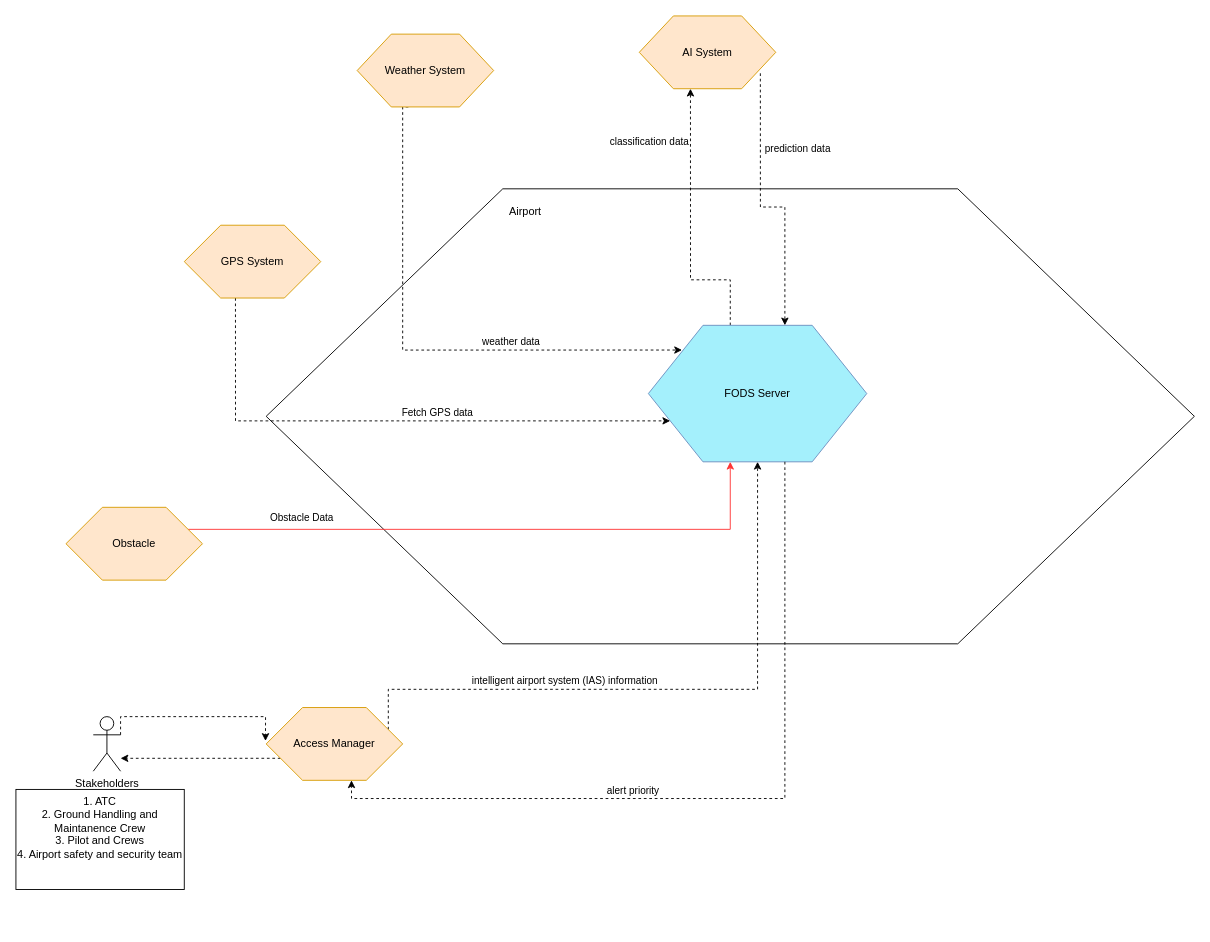
The draw.io diagram env.drawio in varuneranki/MBSE, before the edit. Source tidied: cells renumbered, new cells numbered last; positions are measured from the earlier drawing's top-left corner, leaving out a move shared by most shapes. Both pictures are drawn from the tidied source at 91%, with x=0, y=0 at pixel (15, 15).
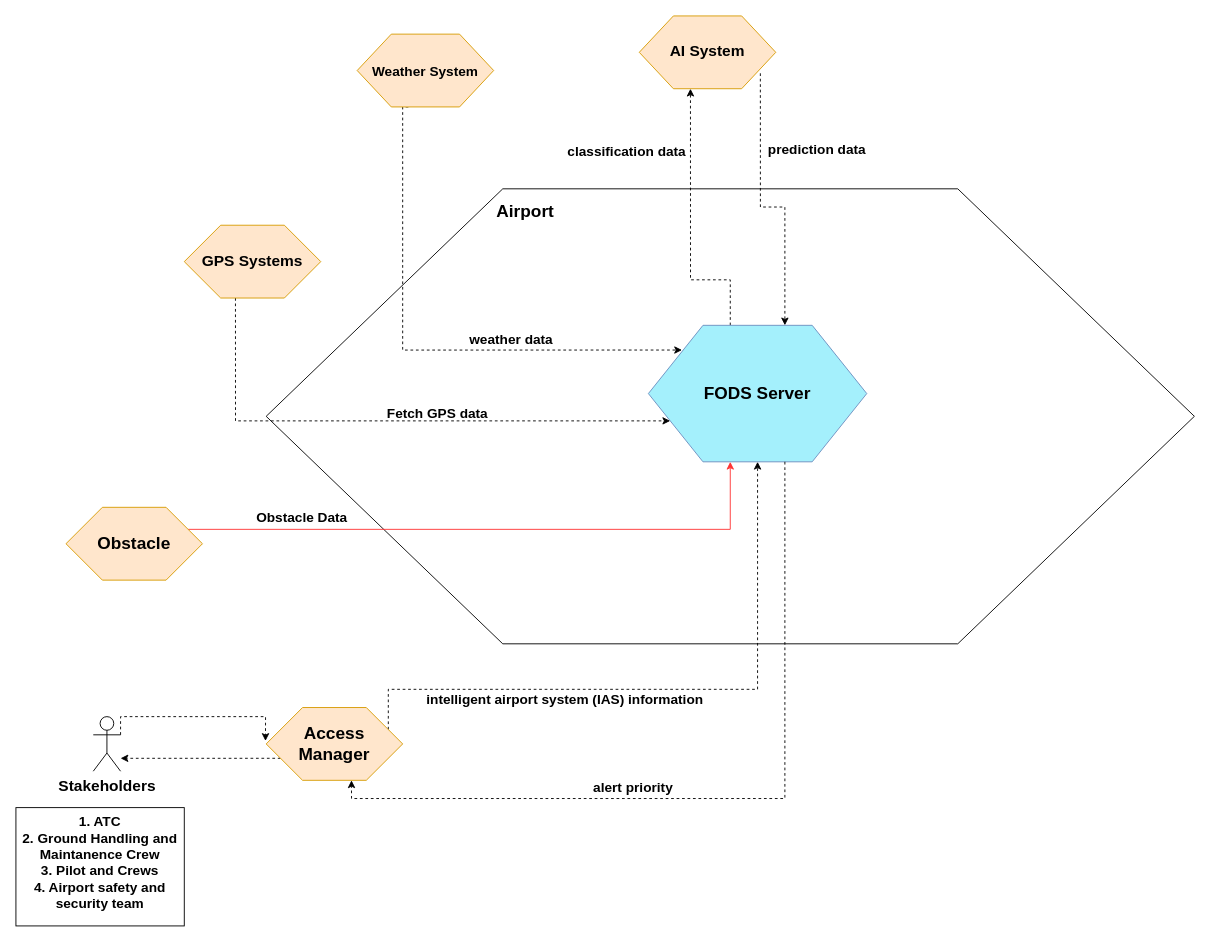
After the change.

Unchanged cells that the change refers to:
```xml
<mxCell id="3" style="edgeStyle=orthogonalEdgeStyle;rounded=0;jettySize=auto;html=1;exitX=0.375;exitY=0;exitDx=0;exitDy=0;entryX=0.375;entryY=1;entryDx=0;entryDy=0;dashed=1;" parent="1" edge="1" source="5" target="19">
  <mxGeometry relative="1" as="geometry">
    <Array as="points">
      <mxPoint x="785" y="290" />
      <mxPoint x="741" y="290" />
    </Array>
  </mxGeometry>
</mxCell>
<mxCell id="7" style="edgeStyle=orthogonalEdgeStyle;rounded=0;jettySize=auto;html=1;entryX=0.625;entryY=1;entryDx=0;entryDy=0;dashed=1;exitX=0.625;exitY=1;exitDx=0;exitDy=0;" parent="1" edge="1" source="5" target="18">
  <mxGeometry relative="1" as="geometry" />
</mxCell>
<mxCell id="9" style="edgeStyle=orthogonalEdgeStyle;rounded=0;jettySize=auto;html=1;exitX=0.375;exitY=1;exitDx=0;exitDy=0;entryX=0;entryY=0.75;entryDx=0;entryDy=0;strokeColor=#000000;dashed=1;fontColor=#000000;" parent="1" edge="1" source="11" target="5">
  <mxGeometry relative="1" as="geometry">
    <Array as="points">
      <mxPoint x="241" y="445" />
    </Array>
  </mxGeometry>
</mxCell>
<mxCell id="12" style="edgeStyle=orthogonalEdgeStyle;rounded=0;jettySize=auto;html=1;dashed=1;exitX=0.375;exitY=1;exitDx=0;exitDy=0;entryX=0.154;entryY=0.181;entryDx=0;entryDy=0;entryPerimeter=0;fontColor=#000000;" parent="1" edge="1" source="14" target="5">
  <mxGeometry relative="1" as="geometry">
    <Array as="points">
      <mxPoint x="425" y="100" />
      <mxPoint x="425" y="367" />
    </Array>
  </mxGeometry>
</mxCell>
<mxCell id="15" style="edgeStyle=orthogonalEdgeStyle;rounded=0;jettySize=auto;html=1;exitX=1;exitY=0.25;exitDx=0;exitDy=0;entryX=0.5;entryY=1;entryDx=0;entryDy=0;dashed=1;" parent="1" edge="1" source="18" target="5">
  <mxGeometry relative="1" as="geometry">
    <Array as="points">
      <mxPoint x="409" y="740" />
      <mxPoint x="815" y="740" />
    </Array>
  </mxGeometry>
</mxCell>
<mxCell id="20" style="edgeStyle=orthogonalEdgeStyle;rounded=0;jettySize=auto;html=1;exitX=0.887;exitY=0.788;exitDx=0;exitDy=0;entryX=0.625;entryY=0;entryDx=0;entryDy=0;dashed=1;startArrow=none;startFill=0;exitPerimeter=0;" parent="1" edge="1" source="19" target="5">
  <mxGeometry relative="1" as="geometry">
    <Array as="points">
      <mxPoint x="818" y="210" />
      <mxPoint x="845" y="210" />
    </Array>
  </mxGeometry>
</mxCell>
<mxCell id="24" style="edgeStyle=orthogonalEdgeStyle;rounded=0;jettySize=auto;html=1;exitX=1;exitY=0.25;exitDx=0;exitDy=0;entryX=0.375;entryY=1;entryDx=0;entryDy=0;strokeColor=#FF3333;" parent="1" edge="1" source="26" target="5">
  <mxGeometry relative="1" as="geometry" />
</mxCell>
```

Diff of the diagram source:
```diff
@@
-    <mxCell id="4" value="classification data" style="edgeLabel;html=1;align=center;verticalAlign=middle;" parent="3" vertex="1">
+    <mxCell id="4" value="classification data" style="edgeLabel;html=1;align=center;verticalAlign=middle;fontStyle=1;fontSize=15;" parent="3" vertex="1">
       <mxGeometry x="0.55" y="-2" relative="1" as="geometry">
-        <mxPoint x="-48" y="-11" as="offset" />
+        <mxPoint x="-73" y="-1" as="offset" />
       </mxGeometry>
     </mxCell>
-    <mxCell id="5" value="FODS Server" style="shape=hexagon;perimeter=hexagonPerimeter2;whiteSpace=wrap;html=1;size=0.25;fillColor=#A4F0FC;strokeColor=#6c8ebf;fontColor=#000000;" parent="1" vertex="1">
+    <mxCell id="5" value="FODS Server" style="shape=hexagon;perimeter=hexagonPerimeter2;whiteSpace=wrap;html=1;size=0.25;fillColor=#A4F0FC;strokeColor=#6c8ebf;fontColor=#000000;fontStyle=1;fontSize=19;" parent="1" vertex="1">
       <mxGeometry x="695" y="340" width="240" height="150" as="geometry" />
     </mxCell>
-    <mxCell id="6" value="Airport" style="text;html=1;align=center;verticalAlign=middle;whiteSpace=wrap;rounded=0;fontColor=#000000;" parent="1" vertex="1">
+    <mxCell id="6" value="Airport" style="text;html=1;align=center;verticalAlign=middle;whiteSpace=wrap;rounded=0;fontColor=#000000;fontStyle=1;fontSize=19;" parent="1" vertex="1">
       <mxGeometry x="445" y="200" width="230" height="30" as="geometry" />
     </mxCell>
@@
-    <mxCell id="8" value="alert priority" style="edgeLabel;html=1;align=center;verticalAlign=middle;" parent="7" vertex="1">
+    <mxCell id="8" value="alert priority" style="edgeLabel;html=1;align=center;verticalAlign=middle;fontStyle=1;fontSize=15;" parent="7" vertex="1">
       <mxGeometry x="0.14" y="3" relative="1" as="geometry">
-        <mxPoint x="-44" y="-13" as="offset" />
+        <mxPoint x="-44" y="-17" as="offset" />
       </mxGeometry>
     </mxCell>
@@
-    <mxCell id="10" value="Fetch GPS&lt;span style=&quot;background-color: initial;&quot;&gt;&amp;nbsp;data&lt;/span&gt;" style="edgeLabel;html=1;align=center;verticalAlign=middle;labelBackgroundColor=none;fontColor=#000000;" parent="9" vertex="1">
+    <mxCell id="10" value="Fetch GPS&lt;span style=&quot;background-color: initial; font-size: 15px;&quot;&gt;&amp;nbsp;data&lt;/span&gt;" style="edgeLabel;html=1;align=center;verticalAlign=middle;labelBackgroundColor=none;fontColor=#000000;fontStyle=1;fontSize=15;" parent="9" vertex="1">
       <mxGeometry x="-0.11" y="2" relative="1" as="geometry">
         <mxPoint x="83" y="-8" as="offset" />
       </mxGeometry>
     </mxCell>
-    <mxCell id="11" value="GPS System" style="shape=hexagon;perimeter=hexagonPerimeter2;whiteSpace=wrap;html=1;size=0.26666666666666666;fillColor=#ffe6cc;strokeColor=#d79b00;fontColor=#000000;" parent="1" vertex="1">
+    <mxCell id="11" value="&lt;font style=&quot;font-size: 17px;&quot;&gt;GPS Systems&lt;/font&gt;" style="shape=hexagon;perimeter=hexagonPerimeter2;whiteSpace=wrap;html=1;size=0.26666666666666666;fillColor=#ffe6cc;strokeColor=#d79b00;fontColor=#000000;fontStyle=1;" parent="1" vertex="1">
       <mxGeometry x="185" y="230" width="150" height="80" as="geometry" />
     </mxCell>
@@
-    <mxCell id="13" value="weather data" style="edgeLabel;html=1;align=center;verticalAlign=middle;fontColor=#000000;" parent="12" vertex="1">
+    <mxCell id="13" value="weather data" style="edgeLabel;html=1;align=center;verticalAlign=middle;fontColor=#000000;fontStyle=1;fontSize=15;" parent="12" vertex="1">
       <mxGeometry x="0.09" relative="1" as="geometry">
-        <mxPoint x="76" y="-10" as="offset" />
+        <mxPoint x="76" y="-13" as="offset" />
       </mxGeometry>
     </mxCell>
-    <mxCell id="14" value="Weather System" style="shape=hexagon;perimeter=hexagonPerimeter2;whiteSpace=wrap;html=1;size=0.25;fillColor=#ffe6cc;strokeColor=#d79b00;fontColor=#000000;" parent="1" vertex="1">
+    <mxCell id="14" value="&lt;b&gt;&lt;font style=&quot;font-size: 15px;&quot;&gt;Weather System&lt;/font&gt;&lt;/b&gt;" style="shape=hexagon;perimeter=hexagonPerimeter2;whiteSpace=wrap;html=1;size=0.25;fillColor=#ffe6cc;strokeColor=#d79b00;fontColor=#000000;" parent="1" vertex="1">
       <mxGeometry x="375" y="20" width="150" height="80" as="geometry" />
     </mxCell>
@@
-    <mxCell id="16" value="&lt;span style=&quot;color: rgb(0, 0, 0); font-family: Helvetica; font-size: 11px; font-style: normal; font-variant-ligatures: normal; font-variant-caps: normal; font-weight: 400; letter-spacing: normal; orphans: 2; text-align: center; text-indent: 0px; text-transform: none; widows: 2; word-spacing: 0px; -webkit-text-stroke-width: 0px; white-space: nowrap; background-color: rgb(255, 255, 255); text-decoration-thickness: initial; text-decoration-style: initial; text-decoration-color: initial; display: inline !important; float: none;&quot;&gt;intelligent airport system (IAS) information&lt;/span&gt;" style="edgeLabel;html=1;align=center;verticalAlign=middle;" parent="15" vertex="1">
+    <mxCell id="16" value="&lt;span style=&quot;color: rgb(0, 0, 0); font-family: Helvetica; font-size: 15px; font-style: normal; font-variant-ligatures: normal; font-variant-caps: normal; letter-spacing: normal; orphans: 2; text-align: center; text-indent: 0px; text-transform: none; widows: 2; word-spacing: 0px; -webkit-text-stroke-width: 0px; white-space: nowrap; background-color: rgb(255, 255, 255); text-decoration-thickness: initial; text-decoration-style: initial; text-decoration-color: initial; float: none; display: inline !important;&quot;&gt;intelligent airport system (IAS) information&lt;/span&gt;" style="edgeLabel;html=1;align=center;verticalAlign=middle;fontStyle=1;fontSize=15;" parent="15" vertex="1">
       <mxGeometry x="-0.3" relative="1" as="geometry">
-        <mxPoint x="-7" y="-10" as="offset" />
+        <mxPoint x="-7" y="10" as="offset" />
       </mxGeometry>
     </mxCell>
@@
-    <mxCell id="18" value="Access Manager" style="shape=hexagon;perimeter=hexagonPerimeter2;whiteSpace=wrap;html=1;size=0.26666666666666666;fillColor=#ffe6cc;strokeColor=#d79b00;fontColor=#000000;" parent="1" vertex="1">
+    <mxCell id="18" value="Access Manager" style="shape=hexagon;perimeter=hexagonPerimeter2;whiteSpace=wrap;html=1;size=0.26666666666666666;fillColor=#ffe6cc;strokeColor=#d79b00;fontColor=#000000;fontStyle=1;fontSize=19;" parent="1" vertex="1">
       <mxGeometry x="275" y="760" width="150" height="80" as="geometry" />
     </mxCell>
-    <mxCell id="19" value="AI System" style="shape=hexagon;perimeter=hexagonPerimeter2;whiteSpace=wrap;html=1;size=0.25;fillColor=#ffe6cc;strokeColor=#d79b00;fontColor=#000000;" parent="1" vertex="1">
+    <mxCell id="19" value="&lt;b&gt;&lt;font style=&quot;font-size: 17px;&quot;&gt;AI System&lt;/font&gt;&lt;/b&gt;" style="shape=hexagon;perimeter=hexagonPerimeter2;whiteSpace=wrap;html=1;size=0.25;fillColor=#ffe6cc;strokeColor=#d79b00;fontColor=#000000;" parent="1" vertex="1">
       <mxGeometry x="685" width="150" height="80" as="geometry" />
     </mxCell>
@@
-    <mxCell id="21" value="prediction data" style="edgeLabel;html=1;align=center;verticalAlign=middle;" parent="20" vertex="1">
+    <mxCell id="21" value="prediction data" style="edgeLabel;html=1;align=center;verticalAlign=middle;fontStyle=1;fontSize=15;" parent="20" vertex="1">
       <mxGeometry x="-0.42" y="-2" relative="1" as="geometry">
-        <mxPoint x="42" y="-6" as="offset" />
+        <mxPoint x="63" y="-6" as="offset" />
       </mxGeometry>
     </mxCell>
-    <mxCell id="22" value="Stakeholders" style="shape=umlActor;verticalLabelPosition=bottom;verticalAlign=top;html=1;outlineConnect=0;" parent="1" vertex="1">
+    <mxCell id="22" value="&lt;b&gt;&lt;font style=&quot;font-size: 17px;&quot;&gt;Stakeholders&lt;/font&gt;&lt;/b&gt;" style="shape=umlActor;verticalLabelPosition=bottom;verticalAlign=top;html=1;outlineConnect=0;" parent="1" vertex="1">
       <mxGeometry x="85" y="770" width="30" height="60" as="geometry" />
     </mxCell>
@@
-    <mxCell id="25" value="Obstacle Data" style="edgeLabel;html=1;align=center;verticalAlign=middle;" parent="24" vertex="1">
+    <mxCell id="25" value="Obstacle Data" style="edgeLabel;html=1;align=center;verticalAlign=middle;fontStyle=1;fontSize=15;" parent="24" vertex="1">
       <mxGeometry x="-0.68" y="5" relative="1" as="geometry">
         <mxPoint x="17" y="-9" as="offset" />
       </mxGeometry>
     </mxCell>
-    <mxCell id="26" value="Obstacle" style="shape=hexagon;perimeter=hexagonPerimeter2;whiteSpace=wrap;html=1;size=0.26666666666666666;fillColor=#ffe6cc;strokeColor=#d79b00;fontColor=#000000;" parent="1" vertex="1">
+    <mxCell id="26" value="Obstacle" style="shape=hexagon;perimeter=hexagonPerimeter2;whiteSpace=wrap;html=1;size=0.26666666666666666;fillColor=#ffe6cc;strokeColor=#d79b00;fontColor=#000000;fontStyle=1;fontSize=19;" parent="1" vertex="1">
       <mxGeometry x="55" y="540" width="150" height="80" as="geometry" />
     </mxCell>
-    <mxCell id="27" value="1. ATC&lt;div&gt;2.&amp;nbsp;&lt;span style=&quot;background-color: initial;&quot;&gt;Ground Handling and Maintanence Crew&lt;/span&gt;&lt;/div&gt;&lt;div&gt;&lt;span style=&quot;background-color: initial;&quot;&gt;3. Pilot and Crews&lt;/span&gt;&lt;/div&gt;&lt;div&gt;&lt;span style=&quot;background-color: initial;&quot;&gt;4. Airport safety and security team&lt;/span&gt;&lt;/div&gt;" style="whiteSpace=wrap;html=1;verticalAlign=top;" parent="1" vertex="1">
-      <mxGeometry y="850" width="185" height="110" as="geometry" />
+    <mxCell id="27" value="1. ATC&lt;div style=&quot;font-size: 15px;&quot;&gt;2.&amp;nbsp;&lt;span style=&quot;background-color: initial; font-size: 15px;&quot;&gt;Ground Handling and Maintanence Crew&lt;/span&gt;&lt;/div&gt;&lt;div style=&quot;font-size: 15px;&quot;&gt;&lt;span style=&quot;background-color: initial; font-size: 15px;&quot;&gt;3. Pilot and Crews&lt;/span&gt;&lt;/div&gt;&lt;div style=&quot;font-size: 15px;&quot;&gt;&lt;span style=&quot;background-color: initial; font-size: 15px;&quot;&gt;4. Airport safety and security team&lt;/span&gt;&lt;/div&gt;" style="whiteSpace=wrap;html=1;verticalAlign=top;fontStyle=1;fontSize=15;" parent="1" vertex="1">
+      <mxGeometry y="870" width="185" height="130" as="geometry" />
     </mxCell>
```
